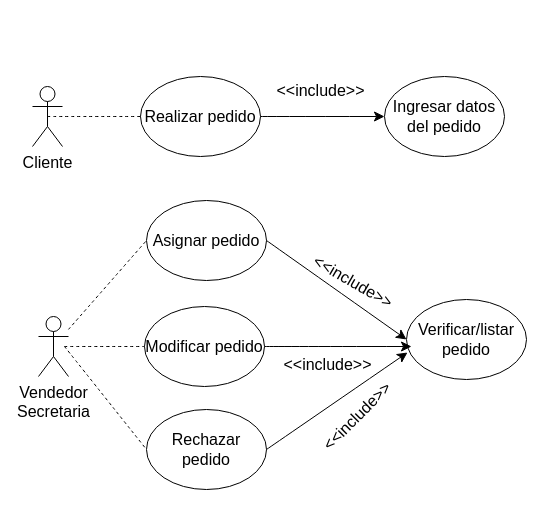
Above: Gestionar pedido.drawio in navik2023/github (draw.io), before the change. Source tidied: cells renumbered, new cells numbered last; positions are measured from the earlier drawing's top-left corner, leaving out a move shared by most shapes. Both pictures are drawn from the tidied source at 100%, with x=0, y=0 at pixel (32, 74).
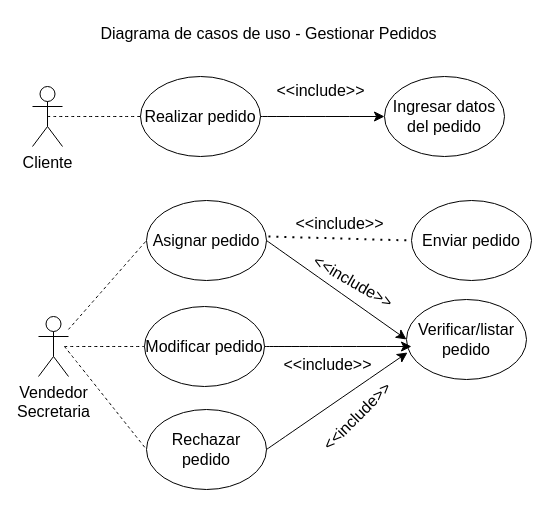
The same diagram, later.

Diff of the diagram source:
```diff
@@
+    <mxCell id="22" value="Enviar pedido" style="ellipse;whiteSpace=wrap;html=1;fontSize=16;" parent="1" vertex="1">
+      <mxGeometry x="379" y="126" width="120" height="80" as="geometry" />
+    </mxCell>
+    <mxCell id="23" style="endArrow=none;dashed=1;html=1;dashPattern=1 3;strokeWidth=2;rounded=0;fontSize=12;startSize=8;endSize=8;curved=1;entryX=0;entryY=0.5;entryDx=0;entryDy=0;" parent="1" edge="1" target="22">
+      <mxGeometry relative="1" as="geometry">
+        <mxPoint x="236" y="162" as="sourcePoint" />
+      </mxGeometry>
+    </mxCell>
+    <mxCell id="24" value="&amp;lt;&amp;lt;include&amp;gt;&amp;gt;" style="text;html=1;align=center;verticalAlign=middle;strokeColor=none;fillColor=none;fontSize=16;" parent="1" vertex="1">
+      <mxGeometry x="254" y="133" width="106" height="31" as="geometry" />
+    </mxCell>
+    <mxCell id="25" value="Diagrama de casos de uso - Gestionar Pedidos" style="text;html=1;align=center;verticalAlign=middle;strokeColor=none;fillColor=none;fontSize=16;" parent="1" vertex="1">
+      <mxGeometry x="59" y="-57" width="354" height="31" as="geometry" />
+    </mxCell>
```
